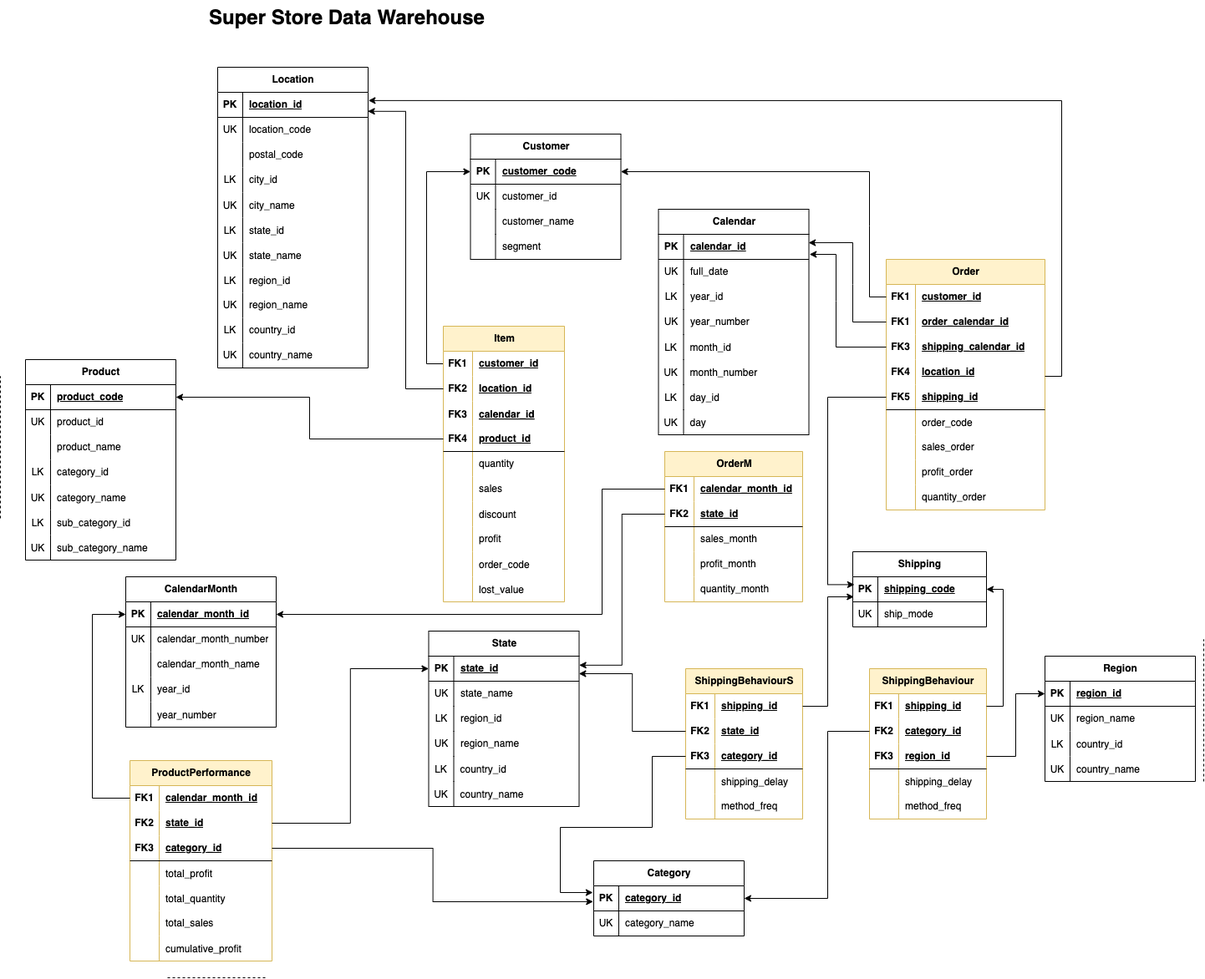
Before: Super-Store-DataWarehouse.png, a diagram exported from draw.io (0xAbelheira/Super-Store-DataWarehouse). Source tidied: cells renumbered, new cells last; positions are measured from the earlier drawing's top-left corner, leaving out a move shared by most shapes.
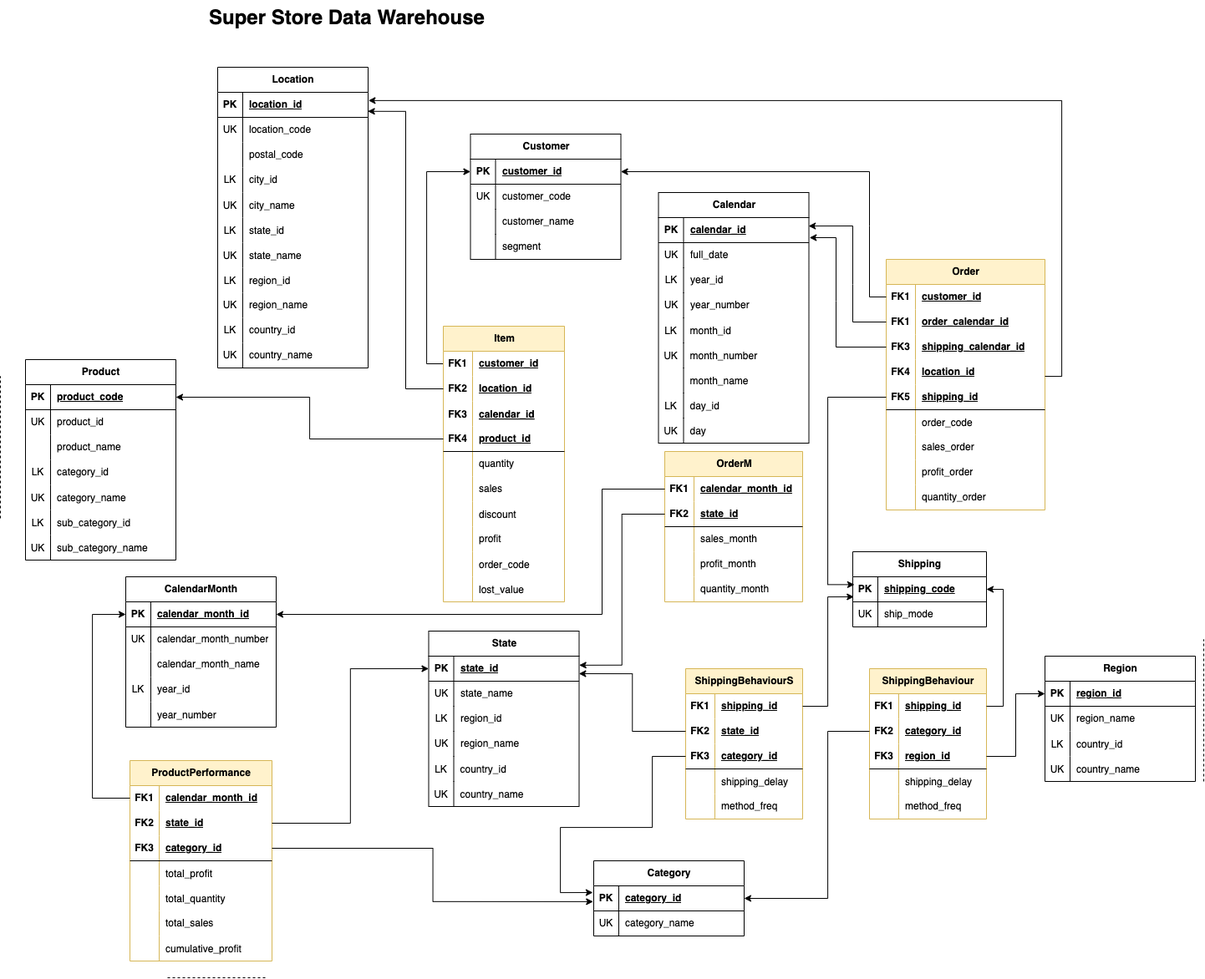
After the commit.

Commit message:
Dimensional Model Updated

Change to the diagram source:
```diff
@@ -95,7 +95,7 @@
     <mxCell id="32" value="PK" style="shape=partialRectangle;fillColor=none;top=0;left=0;bottom=0;right=0;fontStyle=1;overflow=hidden;whiteSpace=wrap;html=1;" parent="31" vertex="1">
       <mxGeometry width="30" height="30" as="geometry" />
     </mxCell>
-    <mxCell id="33" value="customer_code" style="shape=partialRectangle;fillColor=none;top=0;left=0;bottom=0;right=0;align=left;spacingLeft=6;fontStyle=5;overflow=hidden;whiteSpace=wrap;html=1;" parent="31" vertex="1">
+    <mxCell id="33" value="customer_id" style="shape=partialRectangle;fillColor=none;top=0;left=0;bottom=0;right=0;align=left;spacingLeft=6;fontStyle=5;overflow=hidden;whiteSpace=wrap;html=1;" parent="31" vertex="1">
       <mxGeometry x="30" width="150" height="30" as="geometry" />
     </mxCell>
     <mxCell id="34" style="shape=tableRow;horizontal=0;startSize=0;swimlaneHead=0;swimlaneBody=0;fillColor=none;top=0;left=0;right=0;bottom=0;" parent="30" vertex="1">
@@ -104,7 +104,7 @@
     <mxCell id="35" value="UK" style="shape=partialRectangle;fillColor=none;top=0;left=0;bottom=0;right=0;overflow=hidden;whiteSpace=wrap;html=1;" parent="34" vertex="1">
       <mxGeometry width="30" height="30" as="geometry" />
     </mxCell>
-    <mxCell id="36" value="customer_id" style="shape=partialRectangle;fillColor=none;top=0;left=0;bottom=0;right=0;align=left;spacingLeft=6;overflow=hidden;whiteSpace=wrap;html=1;" parent="34" vertex="1">
+    <mxCell id="36" value="customer_code" style="shape=partialRectangle;fillColor=none;top=0;left=0;bottom=0;right=0;align=left;spacingLeft=6;overflow=hidden;whiteSpace=wrap;html=1;" parent="34" vertex="1">
       <mxGeometry x="30" width="150" height="30" as="geometry" />
     </mxCell>
     <mxCell id="37" style="shape=tableRow;horizontal=0;startSize=0;swimlaneHead=0;swimlaneBody=0;fillColor=none;top=0;left=0;right=0;bottom=0;" parent="30" vertex="1">
@@ -126,7 +126,7 @@
       <mxGeometry x="30" width="150" height="30" as="geometry" />
     </mxCell>
     <mxCell id="43" value="Calendar" style="shape=table;startSize=30;rowLines=0;fontStyle=1;align=center;html=1;" parent="1" vertex="1">
-      <mxGeometry x="787.5" y="250" width="180" height="270" as="geometry" />
+      <mxGeometry x="787.5" y="230" width="180" height="300" as="geometry" />
     </mxCell>
     <mxCell id="44" style="shape=tableRow;horizontal=0;startSize=0;swimlaneHead=0;swimlaneBody=0;fillColor=none;points=[[0,0.5],[1,0.5]];portConstraint=eastwest;top=0;left=0;right=0;bottom=1;" parent="43" vertex="1">
       <mxGeometry y="30" width="180" height="30" as="geometry" />
@@ -182,8 +182,17 @@
     <mxCell id="61" value="month_number" style="shape=partialRectangle;fillColor=none;top=0;left=0;bottom=0;right=0;align=left;spacingLeft=6;overflow=hidden;" parent="59" vertex="1">
       <mxGeometry x="30" width="150" height="30" as="geometry" />
     </mxCell>
+    <mxCell id="310" style="shape=tableRow;horizontal=0;startSize=0;swimlaneHead=0;swimlaneBody=0;fillColor=none;top=0;left=0;right=0;bottom=0;" parent="43" vertex="1">
+      <mxGeometry y="210" width="180" height="30" as="geometry" />
+    </mxCell>
+    <mxCell id="311" style="shape=partialRectangle;fillColor=none;top=0;left=0;bottom=0;right=0;overflow=hidden;" parent="310" vertex="1">
+      <mxGeometry width="30" height="30" as="geometry" />
+    </mxCell>
+    <mxCell id="312" value="month_name" style="shape=partialRectangle;fillColor=none;top=0;left=0;bottom=0;right=0;align=left;spacingLeft=6;overflow=hidden;" parent="310" vertex="1">
+      <mxGeometry x="30" width="150" height="30" as="geometry" />
+    </mxCell>
     <mxCell id="62" style="shape=tableRow;horizontal=0;startSize=0;swimlaneHead=0;swimlaneBody=0;fillColor=none;top=0;left=0;right=0;bottom=0;" parent="43" vertex="1">
-      <mxGeometry y="210" width="180" height="30" as="geometry" />
+      <mxGeometry y="240" width="180" height="30" as="geometry" />
     </mxCell>
     <mxCell id="63" value="LK" style="shape=partialRectangle;fillColor=none;top=0;left=0;bottom=0;right=0;overflow=hidden;" parent="62" vertex="1">
       <mxGeometry width="30" height="30" as="geometry" />
@@ -192,7 +201,7 @@
       <mxGeometry x="30" width="150" height="30" as="geometry" />
     </mxCell>
     <mxCell id="65" style="shape=tableRow;horizontal=0;startSize=0;swimlaneHead=0;swimlaneBody=0;fillColor=none;top=0;left=0;right=0;bottom=0;" parent="43" vertex="1">
-      <mxGeometry y="240" width="180" height="30" as="geometry" />
+      <mxGeometry y="270" width="180" height="30" as="geometry" />
     </mxCell>
     <mxCell id="66" value="UK" style="shape=partialRectangle;fillColor=none;top=0;left=0;bottom=0;right=0;overflow=hidden;" parent="65" vertex="1">
       <mxGeometry width="30" height="30" as="geometry" />
@@ -946,7 +955,7 @@
         <Array as="points">
           <mxPoint x="1020" y="385" />
           <mxPoint x="1020" y="340" />
-          <mxPoint x="1020" y="290" />
+          <mxPoint x="1020" y="270" />
         </Array>
       </mxGeometry>
     </mxCell>
@@ -955,7 +964,7 @@
         <Array as="points">
           <mxPoint x="1000" y="415" />
           <mxPoint x="1000" y="360" />
-          <mxPoint x="1000" y="304" />
+          <mxPoint x="1000" y="284" />
         </Array>
       </mxGeometry>
     </mxCell>
```
